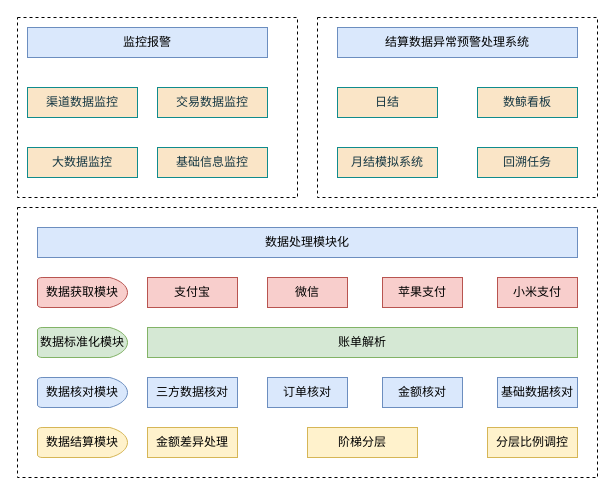
Floweryu/my-diagrams keeps this draw.io diagram as 对账体系.drawio. Above is the earlier version. Source tidied: cells renumbered, new cells numbered last; positions are measured from the earlier drawing's top-left corner, leaving out a move shared by most shapes. Both pictures are drawn from the tidied source at 100%, with x=0, y=0 at pixel (17, 17).
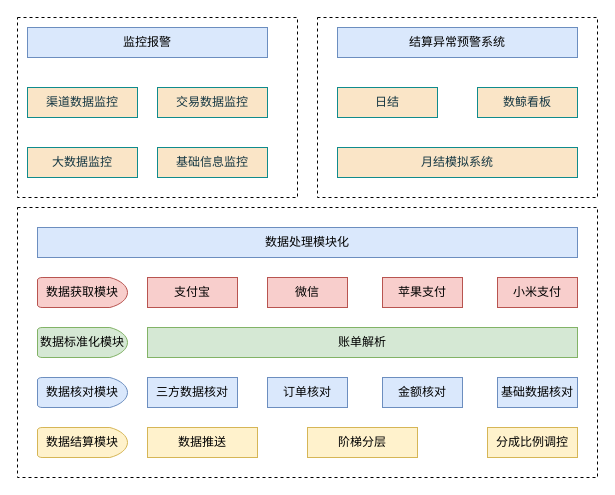
After the change.

Commit message:
更新对账体系.drawio

Diff of the diagram source:
```diff
@@
-    <mxCell id="20" value="金额差异处理" style="rounded=0;whiteSpace=wrap;html=1;strokeColor=#d6b656;fillColor=#fff2cc;" parent="1" vertex="1">
-      <mxGeometry x="130" y="410" width="90" height="30" as="geometry" />
-    </mxCell>
@@
-    <mxCell id="22" value="分层比例调控" style="rounded=0;whiteSpace=wrap;html=1;strokeColor=#d6b656;fillColor=#fff2cc;" parent="1" vertex="1">
+    <mxCell id="22" value="分成比例调控" style="rounded=0;whiteSpace=wrap;html=1;strokeColor=#d6b656;fillColor=#fff2cc;" parent="1" vertex="1">
       <mxGeometry x="470" y="410" width="90" height="30" as="geometry" />
     </mxCell>
-    <mxCell id="23" value="结算数据异常预警处理系统" style="rounded=0;whiteSpace=wrap;html=1;fillColor=#dae8fc;strokeColor=#6c8ebf;" parent="1" vertex="1">
+    <mxCell id="23" value="结算异常预警系统" style="rounded=0;whiteSpace=wrap;html=1;fillColor=#dae8fc;strokeColor=#6c8ebf;" parent="1" vertex="1">
       <mxGeometry x="320" y="10" width="240" height="30" as="geometry" />
     </mxCell>
@@
     <mxCell id="26" value="月结模拟系统" style="rounded=0;whiteSpace=wrap;html=1;strokeColor=#0F8B8D;fontColor=#143642;fillColor=#FAE5C7;" parent="1" vertex="1">
-      <mxGeometry x="320" y="130" width="100" height="30" as="geometry" />
+      <mxGeometry x="320" y="130" width="240" height="30" as="geometry" />
     </mxCell>
-    <mxCell id="27" value="回溯任务" style="whiteSpace=wrap;html=1;strokeColor=#0F8B8D;fontColor=#143642;fillColor=#FAE5C7;" parent="1" vertex="1">
-      <mxGeometry x="460" y="130" width="100" height="30" as="geometry" />
-    </mxCell>
@@
+    <mxCell id="32" value="数据推送" style="rounded=0;whiteSpace=wrap;html=1;strokeColor=#d6b656;fillColor=#fff2cc;" parent="1" vertex="1">
+      <mxGeometry x="130" y="410" width="110" height="30" as="geometry" />
+    </mxCell>
```
